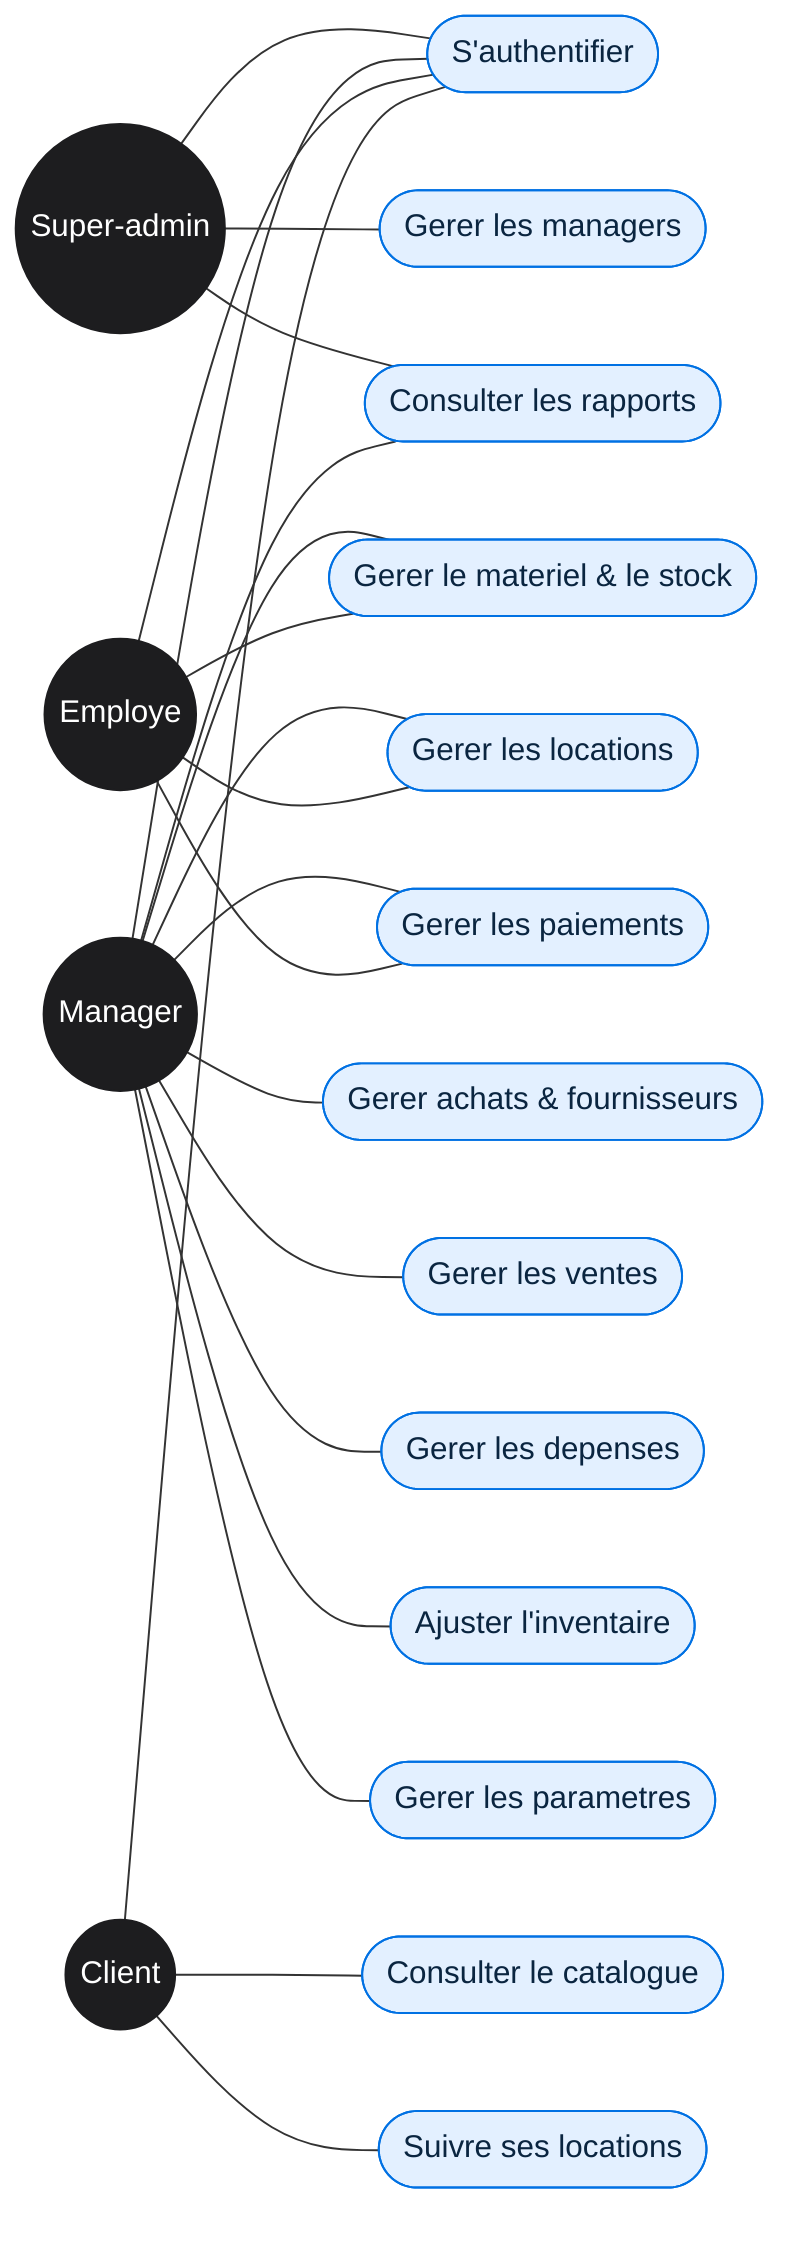
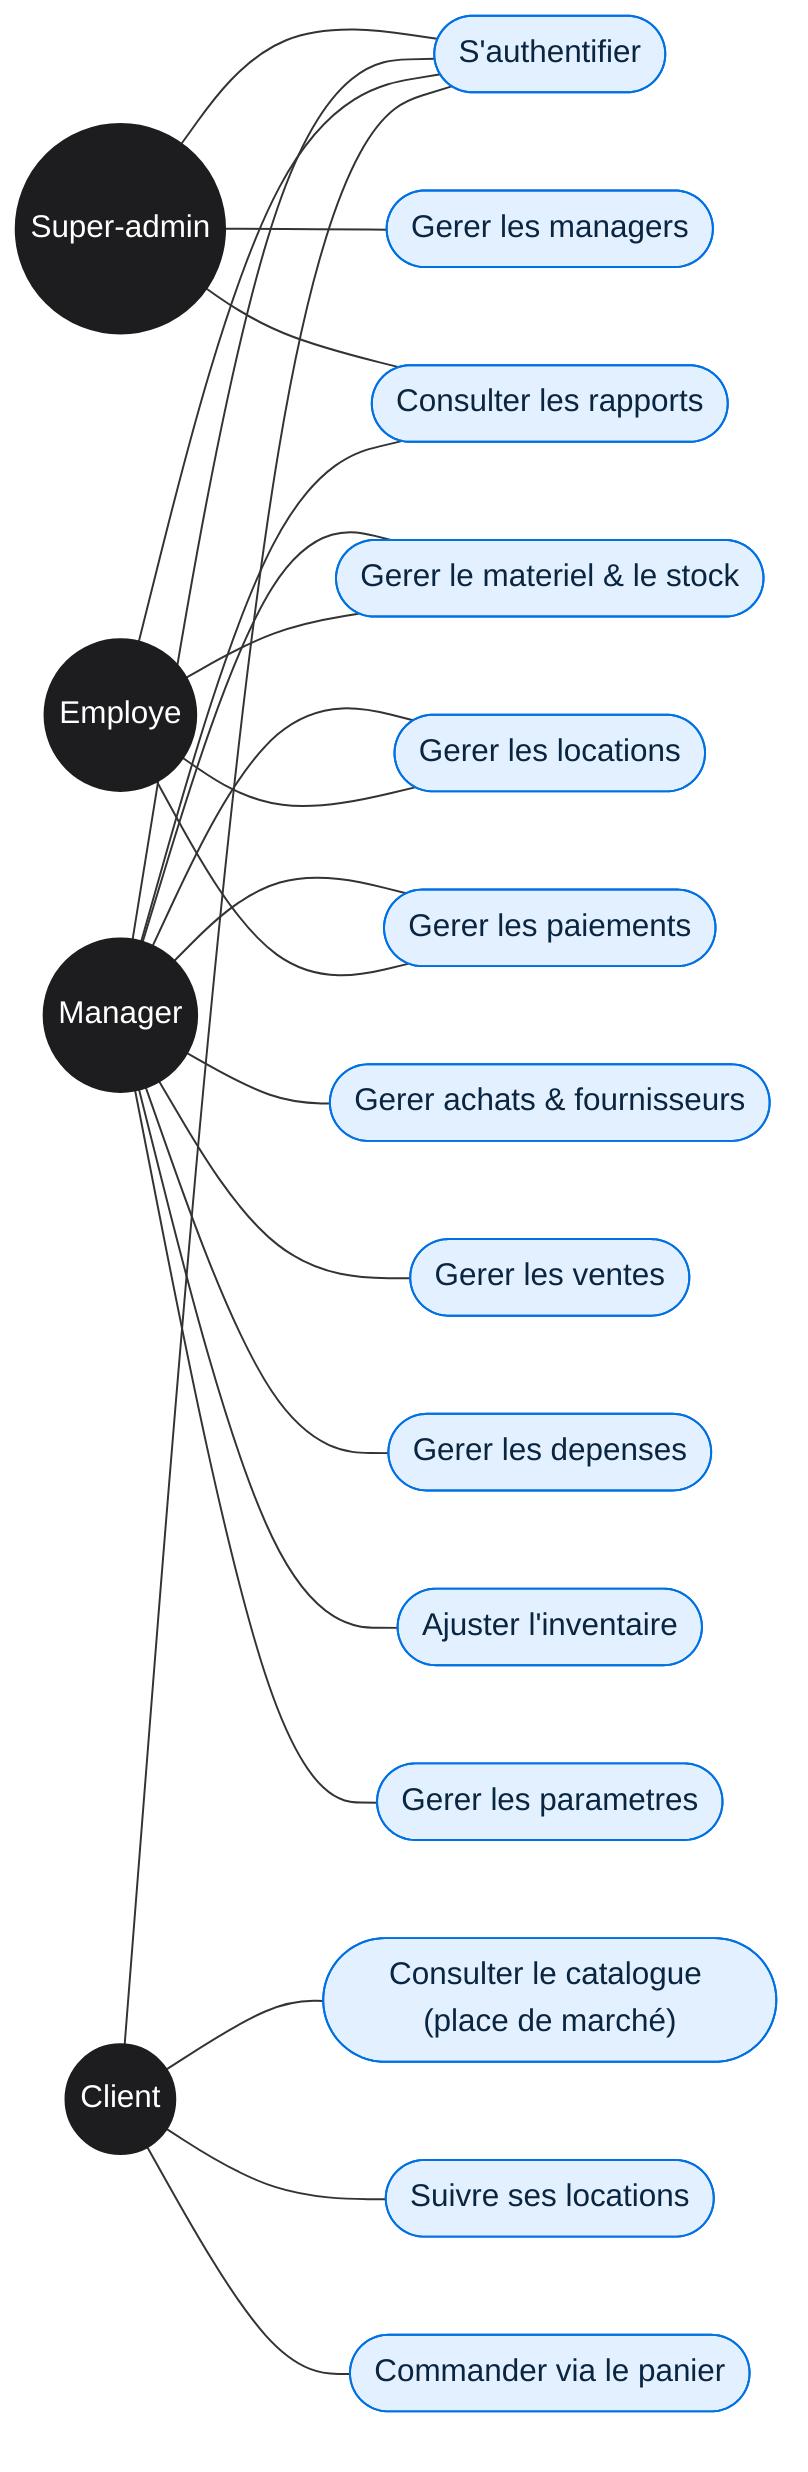
flowchart LR
    SA(("Super-admin"))
    MG(("Manager"))
    EM(("Employe"))
    CL(("Client"))

    UC1(["S'authentifier"])
    UC2(["Gerer le materiel & le stock"])
    UC3(["Gerer les locations"])
    UC4(["Gerer les paiements"])
    UC5(["Gerer achats & fournisseurs"])
    UC6(["Gerer les ventes"])
    UC7(["Gerer les depenses"])
    UC8(["Ajuster l'inventaire"])
    UC9(["Consulter les rapports"])
    UC10(["Gerer les parametres"])
    UC11(["Gerer les managers"])
-     UC12(["Consulter le catalogue"])
+     UC12(["Consulter le catalogue (place de marché)"])
    UC13(["Suivre ses locations"])
+     UC14(["Commander via le panier"])

    SA --- UC1
    MG --- UC1
    EM --- UC1
    CL --- UC1

    SA --- UC11
    SA --- UC9
    MG --- UC2
    MG --- UC3
    MG --- UC4
    MG --- UC5
    MG --- UC6
    MG --- UC7
    MG --- UC8
    MG --- UC9
    MG --- UC10
    EM --- UC2
    EM --- UC3
    EM --- UC4
    CL --- UC12
    CL --- UC13
+     CL --- UC14

    classDef actor fill:#1d1d1f,stroke:#1d1d1f,color:#fff;
    classDef uc fill:#e3f0ff,stroke:#0071e3,color:#0a2540;
    class SA,MG,EM,CL actor;
-     class UC1,UC2,UC3,UC4,UC5,UC6,UC7,UC8,UC9,UC10,UC11,UC12,UC13 uc;
+     class UC1,UC2,UC3,UC4,UC5,UC6,UC7,UC8,UC9,UC10,UC11,UC12,UC13,UC14 uc;
